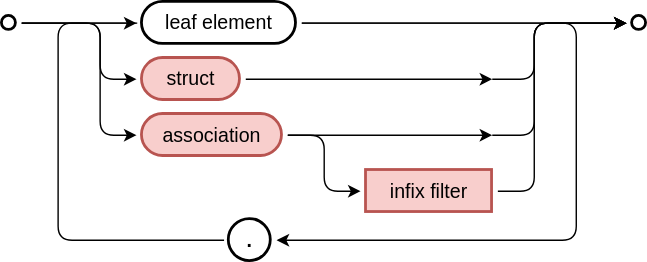
The draw.io diagram cds/assets/cxl/ref.drawio.svg in capire/docs, before a commit. Source tidied: cells renumbered, new cells last; positions are measured from the earlier drawing's top-left corner, leaving out a move shared by most shapes.
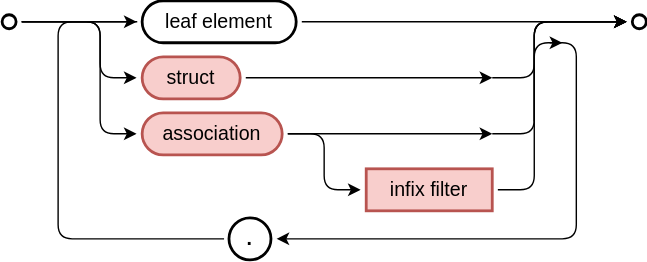
Later version of the same file.

Commit message:
leaf elements can not be looped

What changed in the source:
```diff
@@ -60,14 +60,6 @@
         </Array>
       </mxGeometry>
     </mxCell>
-    <mxCell id="16" style="edgeStyle=elbowEdgeStyle;rounded=1;jettySize=auto;html=1;entryX=1;entryY=0.5;entryDx=0;entryDy=0;strokeColor=#000000;labelBackgroundColor=none;fontColor=#000000;" parent="1" edge="1" source="3" target="22">
-      <mxGeometry relative="1" as="geometry">
-        <Array as="points">
-          <mxPoint x="410" y="90" />
-          <mxPoint x="430" y="80" />
-        </Array>
-      </mxGeometry>
-    </mxCell>
     <mxCell id="17" style="ellipse;whiteSpace=wrap;html=1;fillColor=none;strokeColor=none;labelBackgroundColor=none;fontColor=#000000;" parent="1" vertex="1">
       <mxGeometry x="350" y="45" width="20" height="20" as="geometry" />
     </mxCell>
@@ -94,5 +86,21 @@
     <mxCell id="22" value="&lt;b&gt;.&lt;/b&gt;" style="rounded=1;whiteSpace=wrap;html=1;strokeWidth=2;arcSize=50;fontSize=14;perimeterSpacing=4;strokeColor=#000000;labelBackgroundColor=none;fontColor=#000000;fillColor=#FFFFFF;" parent="1" vertex="1">
       <mxGeometry x="162" y="155" width="30" height="30" as="geometry" />
     </mxCell>
+    <mxCell id="23" style="edgeStyle=orthogonalEdgeStyle;rounded=1;jettySize=auto;html=1;entryX=1;entryY=0.5;entryDx=0;entryDy=0;strokeColor=#000000;labelBackgroundColor=none;fontColor=#000000;" parent="1" edge="1" target="22">
+      <mxGeometry relative="1" as="geometry">
+        <mxPoint x="380" y="86" as="sourcePoint" />
+        <Array as="points">
+          <mxPoint x="380" y="30" />
+          <mxPoint x="410" y="30" />
+          <mxPoint x="410" y="170" />
+        </Array>
+      </mxGeometry>
+    </mxCell>
+    <mxCell id="24" style="endArrow=classic;html=1;rounded=1;strokeColor=default;align=center;verticalAlign=middle;fontFamily=Helvetica;fontSize=14;fontColor=default;labelBackgroundColor=default;jumpStyle=gap;jumpSize=6;" parent="1" edge="1">
+      <mxGeometry relative="1" as="geometry">
+        <mxPoint x="391" y="30" as="sourcePoint" />
+        <mxPoint x="400" y="30" as="targetPoint" />
+      </mxGeometry>
+    </mxCell>
   </root>
 </mxGraphModel>
```
